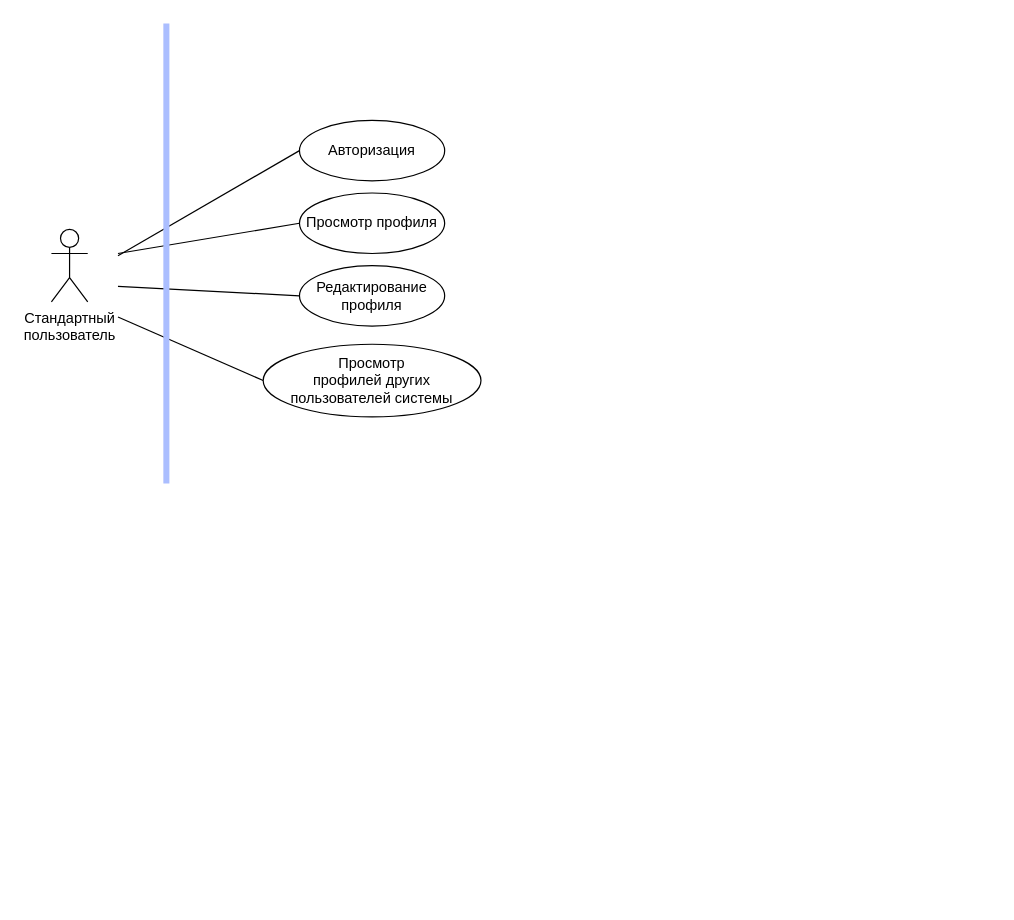
Earlier version of the draw.io diagram page "Page-5" (2 of 4) of doc/use-case.drawio (UlrixSingle/task-manager-suai-23). Source tidied: cells renumbered, new cells numbered last; positions are measured from the earlier drawing's top-left corner, leaving out a move shared by most shapes. Both pictures are drawn from the tidied source at 121%, with x=0, y=0 at pixel (21, 23).
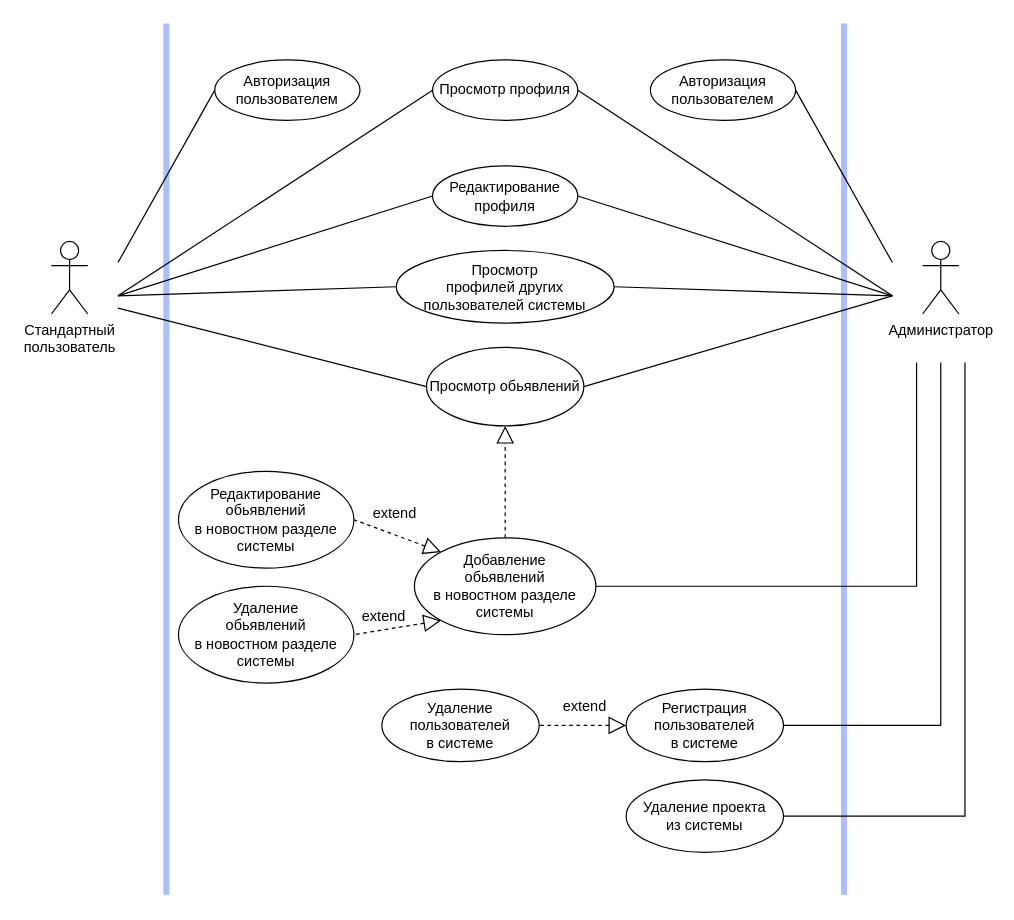
After the change.

What changed in the source:
```diff
@@
-    <mxCell id="2" style="group;" parent="1" vertex="1">
-      <mxGeometry y="160" width="80" height="110" as="geometry" />
-    </mxCell>
+    <mxCell id="14" style="endArrow=none;html=1;rounded=0;edgeStyle=orthogonalEdgeStyle;fillColor=#dae8fc;strokeColor=#ABBEFF;strokeWidth=5;" parent="1" edge="1">
+      <mxGeometry relative="1" as="geometry">
+        <mxPoint x="680" y="720" as="sourcePoint" />
+        <mxPoint x="680" as="targetPoint" />
+        <Array as="points">
+          <mxPoint x="680" y="380" />
+        </Array>
+      </mxGeometry>
+    </mxCell>
+    <mxCell id="13" style="endArrow=none;html=1;rounded=0;edgeStyle=orthogonalEdgeStyle;fillColor=#dae8fc;strokeColor=#ABBEFF;strokeWidth=5;" parent="1" edge="1">
+      <mxGeometry relative="1" as="geometry">
+        <mxPoint x="120" y="720" as="sourcePoint" />
+        <mxPoint x="120" as="targetPoint" />
+        <Array as="points">
+          <mxPoint x="120" y="380" />
+        </Array>
+      </mxGeometry>
+    </mxCell>
+    <mxCell id="15" style="group;" parent="1" vertex="1">
+      <mxGeometry y="170" width="80" height="110" as="geometry" />
+    </mxCell>
-    <mxCell id="3" value="Стандартный&lt;br&gt;пользователь" style="shape=umlActor;verticalLabelPosition=bottom;verticalAlign=top;html=1;" parent="2" vertex="1">
+    <mxCell id="3" value="Стандартный&lt;br&gt;пользователь" style="shape=umlActor;verticalLabelPosition=bottom;verticalAlign=top;html=1;" parent="15" vertex="1">
       <mxGeometry x="25" y="10" width="30" height="60" as="geometry" />
     </mxCell>
-    <mxCell id="4" style="rounded=0;whiteSpace=wrap;html=1;fillColor=none;strokeColor=none;" parent="2" vertex="1">
-      <mxGeometry width="80" height="110" as="geometry" />
-    </mxCell>
-    <mxCell id="5" style="edgeStyle=none;rounded=0;jettySize=auto;html=1;exitX=0;exitY=0.5;exitDx=0;exitDy=0;endArrow=none;endFill=0;" parent="1" edge="1" source="6" target="4">
-      <mxGeometry relative="1" as="geometry" />
-    </mxCell>
-    <mxCell id="6" value="Авторизация" style="ellipse;whiteSpace=wrap;html=1;" parent="1" vertex="1">
-      <mxGeometry x="230" y="80" width="120" height="50" as="geometry" />
-    </mxCell>
-    <mxCell id="7" style="edgeStyle=none;rounded=0;jettySize=auto;html=1;exitX=0;exitY=0.5;exitDx=0;exitDy=0;endArrow=none;endFill=0;" parent="1" edge="1" source="8">
-      <mxGeometry relative="1" as="geometry">
-        <mxPoint x="80" y="190" as="targetPoint" />
-      </mxGeometry>
-    </mxCell>
+    <mxCell id="16" style="rounded=0;whiteSpace=wrap;html=1;fillColor=none;strokeColor=none;" parent="15" vertex="1">
+      <mxGeometry width="80" height="110" as="geometry" />
+    </mxCell>
+    <mxCell id="17" style="rounded=0;jettySize=auto;html=1;exitX=0;exitY=0.5;exitDx=0;exitDy=0;entryX=1;entryY=0.25;entryDx=0;entryDy=0;startArrow=none;startFill=0;endArrow=none;endFill=0;startSize=12;endSize=12;" parent="1" edge="1" source="18" target="16">
+      <mxGeometry relative="1" as="geometry" />
+    </mxCell>
+    <mxCell id="18" value="Авторизация&lt;br&gt;пользователем" style="ellipse;whiteSpace=wrap;html=1;" parent="1" vertex="1">
+      <mxGeometry x="160" y="30" width="120" height="50" as="geometry" />
+    </mxCell>
+    <mxCell id="19" style="edgeStyle=none;rounded=0;jettySize=auto;html=1;exitX=1;exitY=0.5;exitDx=0;exitDy=0;entryX=0;entryY=0.5;entryDx=0;entryDy=0;startArrow=none;startFill=0;endArrow=none;endFill=0;startSize=12;endSize=12;" parent="1" edge="1" source="8" target="25">
+      <mxGeometry relative="1" as="geometry" />
+    </mxCell>
     <mxCell id="8" value="Просмотр профиля" style="ellipse;whiteSpace=wrap;html=1;" parent="1" vertex="1">
-      <mxGeometry x="230" y="140" width="120" height="50" as="geometry" />
+      <mxGeometry x="340" y="30" width="120" height="50" as="geometry" />
     </mxCell>
-    <mxCell id="9" style="edgeStyle=none;rounded=0;jettySize=auto;html=1;exitX=0;exitY=0.5;exitDx=0;exitDy=0;entryX=1;entryY=0.75;entryDx=0;entryDy=0;endArrow=none;endFill=0;" parent="1" edge="1" source="10" target="4">
-      <mxGeometry relative="1" as="geometry" />
-    </mxCell>
+    <mxCell id="20" style="edgeStyle=none;rounded=0;jettySize=auto;html=1;startArrow=none;startFill=0;endArrow=none;endFill=0;startSize=12;endSize=12;entryX=1;entryY=0.5;entryDx=0;entryDy=0;exitX=0;exitY=0.5;exitDx=0;exitDy=0;" parent="1" edge="1" source="10" target="16">
+      <mxGeometry relative="1" as="geometry" />
+    </mxCell>
+    <mxCell id="21" style="edgeStyle=none;rounded=0;jettySize=auto;html=1;exitX=1;exitY=0.5;exitDx=0;exitDy=0;entryX=0;entryY=0.5;entryDx=0;entryDy=0;startArrow=none;startFill=0;endArrow=none;endFill=0;startSize=12;endSize=12;" parent="1" edge="1" source="10" target="25">
+      <mxGeometry relative="1" as="geometry" />
+    </mxCell>
     <mxCell id="10" value="Просмотр &lt;br&gt;профилей других&lt;br&gt;пользователей системы" style="ellipse;whiteSpace=wrap;html=1;" parent="1" vertex="1">
-      <mxGeometry x="200" y="265" width="180" height="60" as="geometry" />
+      <mxGeometry x="310" y="187.5" width="180" height="60" as="geometry" />
     </mxCell>
-    <mxCell id="11" style="edgeStyle=none;rounded=0;jettySize=auto;html=1;exitX=0;exitY=0.5;exitDx=0;exitDy=0;endArrow=none;endFill=0;" parent="1" edge="1" source="12" target="4">
-      <mxGeometry relative="1" as="geometry" />
-    </mxCell>
+    <mxCell id="22" style="edgeStyle=none;rounded=0;jettySize=auto;html=1;exitX=1;exitY=0.5;exitDx=0;exitDy=0;entryX=0;entryY=0.5;entryDx=0;entryDy=0;startArrow=none;startFill=0;endArrow=none;endFill=0;startSize=12;endSize=12;" parent="1" edge="1" source="12" target="25">
+      <mxGeometry relative="1" as="geometry" />
+    </mxCell>
     <mxCell id="12" value="Редактирование профиля" style="ellipse;whiteSpace=wrap;html=1;" parent="1" vertex="1">
-      <mxGeometry x="230" y="200" width="120" height="50" as="geometry" />
+      <mxGeometry x="340" y="117.5" width="120" height="50" as="geometry" />
     </mxCell>
-    <mxCell id="13" style="endArrow=none;html=1;rounded=0;edgeStyle=orthogonalEdgeStyle;fillColor=#dae8fc;strokeColor=#ABBEFF;strokeWidth=5;" parent="1" edge="1">
-      <mxGeometry relative="1" as="geometry">
-        <mxPoint x="120" y="380" as="sourcePoint" />
-        <mxPoint x="120" as="targetPoint" />
-        <Array as="points">
-          <mxPoint x="120" y="380" />
-        </Array>
-      </mxGeometry>
-    </mxCell>
+    <mxCell id="23" style="group;" parent="1" vertex="1">
+      <mxGeometry x="720" y="170" width="80" height="110" as="geometry" />
+    </mxCell>
+    <mxCell id="24" value="Администратор" style="shape=umlActor;verticalLabelPosition=bottom;verticalAlign=top;html=1;" parent="23" vertex="1">
+      <mxGeometry x="25" y="10" width="30" height="60" as="geometry" />
+    </mxCell>
+    <mxCell id="25" style="rounded=0;whiteSpace=wrap;html=1;fillColor=none;strokeColor=none;" parent="23" vertex="1">
+      <mxGeometry width="80" height="110" as="geometry" />
+    </mxCell>
+    <mxCell id="26" style="edgeStyle=none;rounded=0;jettySize=auto;html=1;exitX=0;exitY=0.5;exitDx=0;exitDy=0;startArrow=none;startFill=0;endArrow=none;endFill=0;startSize=12;endSize=12;" parent="1" edge="1" source="28" target="16">
+      <mxGeometry relative="1" as="geometry" />
+    </mxCell>
+    <mxCell id="27" style="edgeStyle=none;rounded=0;jettySize=auto;html=1;exitX=1;exitY=0.5;exitDx=0;exitDy=0;entryX=0;entryY=0.5;entryDx=0;entryDy=0;startArrow=none;startFill=0;endArrow=none;endFill=0;startSize=12;endSize=12;" parent="1" edge="1" source="28" target="25">
+      <mxGeometry relative="1" as="geometry" />
+    </mxCell>
+    <mxCell id="28" value="Просмотр обьявлений" style="ellipse;whiteSpace=wrap;html=1;" parent="1" vertex="1">
+      <mxGeometry x="335" y="267.5" width="130" height="65" as="geometry" />
+    </mxCell>
+    <mxCell id="29" style="edgeStyle=none;rounded=0;jettySize=auto;html=1;exitX=1;exitY=0.5;exitDx=0;exitDy=0;entryX=0;entryY=0.25;entryDx=0;entryDy=0;startArrow=none;startFill=0;endArrow=none;endFill=0;startSize=12;endSize=12;" parent="1" edge="1" source="30" target="25">
+      <mxGeometry relative="1" as="geometry" />
+    </mxCell>
+    <mxCell id="30" value="Авторизация&lt;br&gt;пользователем" style="ellipse;whiteSpace=wrap;html=1;" parent="1" vertex="1">
+      <mxGeometry x="520" y="30" width="120" height="50" as="geometry" />
+    </mxCell>
+    <mxCell id="31" style="edgeStyle=none;rounded=0;jettySize=auto;html=1;exitX=1;exitY=0.5;exitDx=0;exitDy=0;entryX=0;entryY=0.5;entryDx=0;entryDy=0;startArrow=none;startFill=0;endArrow=none;endFill=0;startSize=12;endSize=12;" parent="1" edge="1" source="16" target="8">
+      <mxGeometry relative="1" as="geometry" />
+    </mxCell>
+    <mxCell id="32" style="edgeStyle=none;rounded=0;jettySize=auto;html=1;entryX=0;entryY=0.5;entryDx=0;entryDy=0;startArrow=none;startFill=0;endArrow=none;endFill=0;startSize=12;endSize=12;" parent="1" edge="1" target="12">
+      <mxGeometry relative="1" as="geometry">
+        <mxPoint x="80" y="225" as="sourcePoint" />
+      </mxGeometry>
+    </mxCell>
+    <mxCell id="33" style="edgeStyle=none;rounded=0;jumpStyle=none;jumpSize=6;jettySize=auto;html=1;exitX=0;exitY=0;exitDx=0;exitDy=0;entryX=1;entryY=0.5;entryDx=0;entryDy=0;dashed=1;startArrow=block;startFill=0;endArrow=none;endFill=0;startSize=12;endSize=12;targetPerimeterSpacing=0;strokeColor=#000000;strokeWidth=1;" parent="1" edge="1" source="36" target="40">
+      <mxGeometry relative="1" as="geometry" />
+    </mxCell>
+    <mxCell id="34" style="edgeStyle=none;rounded=0;jumpStyle=none;jumpSize=6;jettySize=auto;html=1;exitX=0;exitY=1;exitDx=0;exitDy=0;entryX=1;entryY=0.5;entryDx=0;entryDy=0;dashed=1;startArrow=block;startFill=0;endArrow=none;endFill=0;startSize=12;endSize=12;targetPerimeterSpacing=0;strokeColor=#000000;strokeWidth=1;" parent="1" edge="1" source="36" target="41">
+      <mxGeometry relative="1" as="geometry" />
+    </mxCell>
+    <mxCell id="35" style="edgeStyle=none;rounded=0;jettySize=auto;html=1;exitX=0.5;exitY=0;exitDx=0;exitDy=0;entryX=0.5;entryY=1;entryDx=0;entryDy=0;dashed=1;startArrow=none;startFill=0;endArrow=block;endFill=0;startSize=12;endSize=12;" parent="1" edge="1" source="36" target="28">
+      <mxGeometry relative="1" as="geometry" />
+    </mxCell>
+    <mxCell id="36" value="Добавление &lt;br&gt;обьявлений &lt;br&gt;в новостном разделе &lt;br&gt;системы" style="ellipse;whiteSpace=wrap;html=1;" parent="1" vertex="1">
+      <mxGeometry x="325" y="425" width="150" height="80" as="geometry" />
+    </mxCell>
+    <mxCell id="37" style="edgeStyle=none;rounded=0;jumpStyle=none;jumpSize=6;jettySize=auto;html=1;exitX=0;exitY=0.5;exitDx=0;exitDy=0;entryX=1;entryY=0.5;entryDx=0;entryDy=0;dashed=1;startArrow=block;startFill=0;endArrow=none;endFill=0;startSize=12;endSize=12;targetPerimeterSpacing=0;strokeColor=#000000;strokeWidth=1;" parent="1" edge="1" source="39" target="42">
+      <mxGeometry relative="1" as="geometry" />
+    </mxCell>
+    <mxCell id="38" style="edgeStyle=orthogonalEdgeStyle;rounded=0;jettySize=auto;html=1;exitX=1;exitY=0.5;exitDx=0;exitDy=0;entryX=0.5;entryY=1;entryDx=0;entryDy=0;startArrow=none;startFill=0;endArrow=none;endFill=0;startSize=12;endSize=12;" parent="1" edge="1" source="39" target="25">
+      <mxGeometry relative="1" as="geometry" />
+    </mxCell>
+    <mxCell id="39" value="Регистрация &lt;br&gt;пользователей &lt;br&gt;в системе" style="ellipse;whiteSpace=wrap;html=1;" parent="1" vertex="1">
+      <mxGeometry x="500" y="550" width="130" height="60" as="geometry" />
+    </mxCell>
+    <mxCell id="40" value="Редактирование&lt;br&gt;обьявлений &lt;br&gt;в новостном разделе &lt;br&gt;системы" style="ellipse;whiteSpace=wrap;html=1;" parent="1" vertex="1">
+      <mxGeometry x="130" y="370" width="145" height="80" as="geometry" />
+    </mxCell>
+    <mxCell id="41" value="Удаление &lt;br&gt;обьявлений &lt;br&gt;в новостном разделе &lt;br&gt;системы" style="ellipse;whiteSpace=wrap;html=1;" parent="1" vertex="1">
+      <mxGeometry x="130" y="465" width="145" height="80" as="geometry" />
+    </mxCell>
+    <mxCell id="42" value="Удаление &lt;br&gt;пользователей &lt;br&gt;в системе" style="ellipse;whiteSpace=wrap;html=1;" parent="1" vertex="1">
+      <mxGeometry x="298.1" y="550" width="130" height="60" as="geometry" />
+    </mxCell>
+    <mxCell id="43" value="extend" style="text;html=1;strokeColor=none;fillColor=none;align=center;verticalAlign=middle;whiteSpace=wrap;rounded=0;" parent="1" vertex="1">
+      <mxGeometry x="435.6" y="550" width="60" height="30" as="geometry" />
+    </mxCell>
+    <mxCell id="44" value="extend" style="text;html=1;strokeColor=none;fillColor=none;align=center;verticalAlign=middle;whiteSpace=wrap;rounded=0;" parent="1" vertex="1">
+      <mxGeometry x="279.4" y="390" width="60" height="30" as="geometry" />
+    </mxCell>
+    <mxCell id="45" value="extend" style="text;html=1;strokeColor=none;fillColor=none;align=center;verticalAlign=middle;whiteSpace=wrap;rounded=0;" parent="1" vertex="1">
+      <mxGeometry x="270" y="475" width="60" height="30" as="geometry" />
+    </mxCell>
+    <mxCell id="46" value="Удаление проекта&lt;br&gt;из системы" style="ellipse;whiteSpace=wrap;html=1;" parent="1" vertex="1">
+      <mxGeometry x="500" y="625" width="130" height="60" as="geometry" />
+    </mxCell>
+    <mxCell id="47" style="edgeStyle=orthogonalEdgeStyle;rounded=0;jettySize=auto;html=1;exitX=0.25;exitY=1;exitDx=0;exitDy=0;entryX=1;entryY=0.5;entryDx=0;entryDy=0;startArrow=none;startFill=0;endArrow=none;endFill=0;startSize=12;endSize=12;" parent="1" edge="1" source="25" target="36">
+      <mxGeometry relative="1" as="geometry" />
+    </mxCell>
+    <mxCell id="48" style="edgeStyle=orthogonalEdgeStyle;rounded=0;jettySize=auto;html=1;exitX=0.75;exitY=1;exitDx=0;exitDy=0;entryX=1;entryY=0.5;entryDx=0;entryDy=0;startArrow=none;startFill=0;endArrow=none;endFill=0;startSize=12;endSize=12;" parent="1" edge="1" source="25" target="46">
+      <mxGeometry relative="1" as="geometry" />
+    </mxCell>
```
